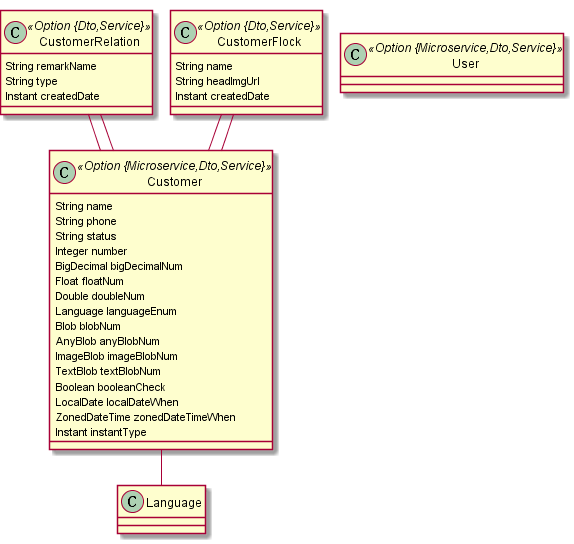
The PlantUML diagram docs/jdl/customer.png in dongyanghe/eikesi, before a commit.
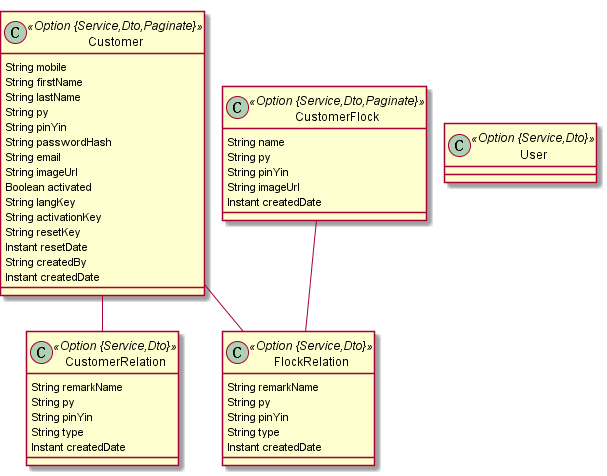
After the commit.

The edit, as a diff of the source:
```diff
@@ -1,39 +1,47 @@
 @startuml
 	!pragma graphviz_dot jdot
 	!pragma syntax class
-	class CustomerRelation <<Option {Dto,Service}>> {
+	class CustomerRelation <<Option {Service,Dto}>> {
 		String remarkName
+		String py
+		String pinYin
 		String type
 		Instant createdDate
 	}
-	class CustomerFlock <<Option {Dto,Service}>> {
-		String name
-		String headImgUrl
+	class FlockRelation <<Option {Service,Dto}>> {
+		String remarkName
+		String py
+		String pinYin
+		String type
 		Instant createdDate
 	}
-	class Customer <<Option {Microservice,Dto,Service}>> {
+	class CustomerFlock <<Option {Service,Dto,Paginate}>> {
 		String name
-		String phone
-		String status
-		Integer number
-		BigDecimal bigDecimalNum
-		Float floatNum
-		Double doubleNum
-		Language languageEnum
-		Blob blobNum
-		AnyBlob anyBlobNum
-		ImageBlob imageBlobNum
-		TextBlob textBlobNum
-		Boolean booleanCheck
-		LocalDate localDateWhen
-		ZonedDateTime zonedDateTimeWhen
-		Instant instantType
+		String py
+		String pinYin
+		String imageUrl
+		Instant createdDate
 	}
-	Customer ..> Language
-	CustomerRelation  "customer(firstName) 0..1 " -- "customerRelation(remarkName) 0..1 "  Customer
-	CustomerFlock  "customer(firstName) 0..1 " -- "customerFlock(name) 0..1 "  Customer
+	class Customer <<Option {Service,Dto,Paginate}>> {
+		String mobile
+		String firstName
+		String lastName
+		String py
+		String pinYin
+		String passwordHash
+		String email
+		String imageUrl
+		Boolean activated
+		String langKey
+		String activationKey
+		String resetKey
+		Instant resetDate
+		String createdBy
+		Instant createdDate
+	}
 	Customer  "customerRelation(remarkName) 0..1 " --o "customer(firstName) 0..* "  CustomerRelation
-	CustomerFlock  "customer(firstName) 0..1 " --o "customerFlock(name) 0..* "  Customer
-	class User <<Option {Microservice,Dto,Service}>> {
+	Customer  "flockRelation(remarkName) 0..1 " --o "customer(firstName) 0..* "  FlockRelation
+	CustomerFlock  "flockRelation(remarkName) 0..1 " --o "customerFlock(name) 0..* "  FlockRelation
+	class User <<Option {Service,Dto}>> {
 	}
 @enduml
```
